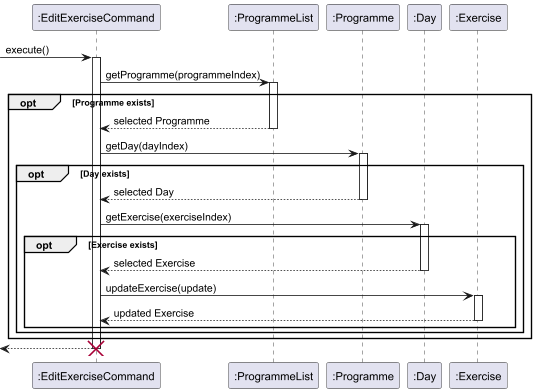
nus-cs2113-AY2425S1/tp keeps this PlantUML diagram as docs/images/editExerciseCommand.png. Above is the earlier version.
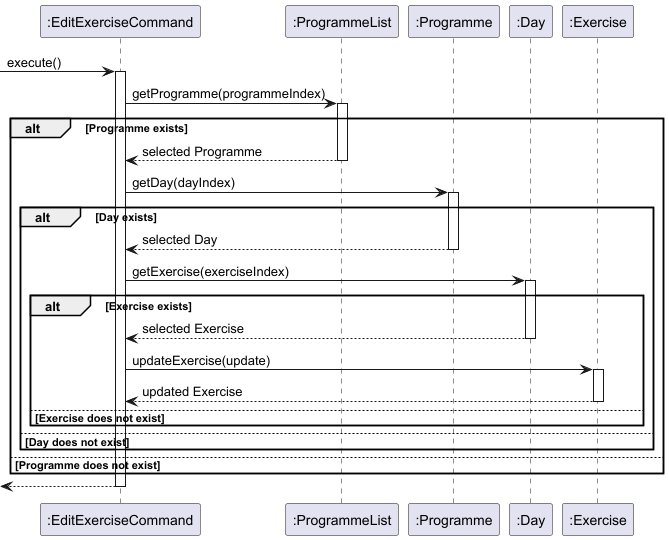
The same file after the commit.

Diff of the diagram source:
```diff
@@ -11,21 +11,21 @@
 EditExerciseCommand -> ProgrammeList : getProgramme(programmeIndex)
 activate ProgrammeList
 
-opt Programme exists
+alt Programme exists
     ProgrammeList --> EditExerciseCommand : selected Programme
     deactivate ProgrammeList
 
     EditExerciseCommand -> Programme : getDay(dayIndex)
     activate Programme
 
-    opt Day exists
+    alt Day exists
         Programme --> EditExerciseCommand : selected Day
         deactivate Programme
 
         EditExerciseCommand -> Day: getExercise(exerciseIndex)
         activate Day
 
-        opt Exercise exists
+        alt Exercise exists
             Day --> EditExerciseCommand: selected Exercise
             deactivate Day
 
@@ -33,11 +33,14 @@
             activate Exercise
             Exercise --> EditExerciseCommand: updated Exercise
             deactivate Exercise
+            else Exercise does not exist
         end
+        else Day does not exist
     end
+    else Programme does not exist
 end
 
 <-- EditExerciseCommand
 deactivate EditExerciseCommand
-destroy EditExerciseCommand
+
 @enduml
```
